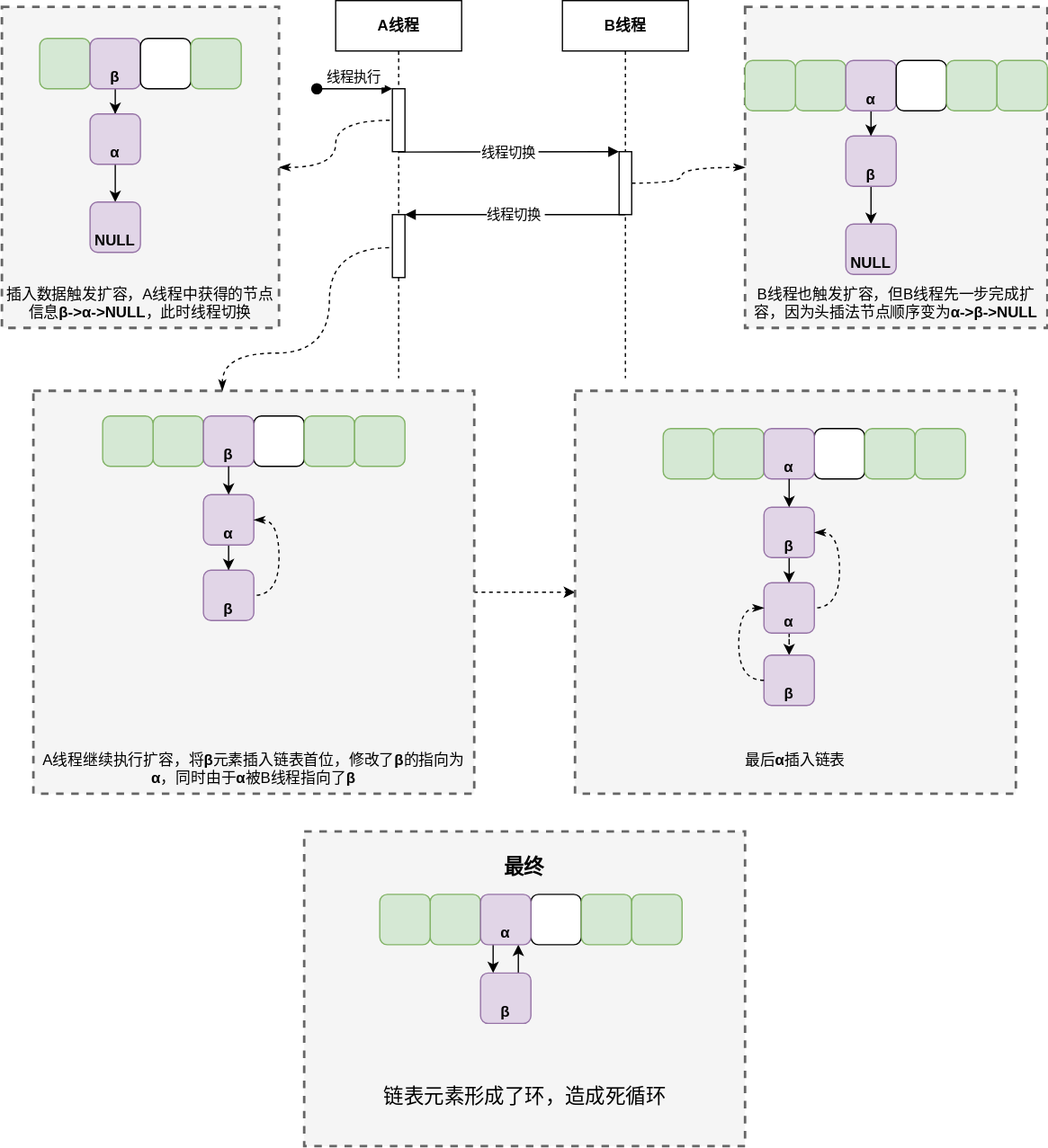
Earlier version of the draw.io export Java/Java基础/Java基础知识/HashMap头插法危害.drawio.svg (Developer-Tang/Knowledge-Notes). Source tidied: cells renumbered, new cells last; positions are measured from the earlier drawing's top-left corner, leaving out a move shared by most shapes.
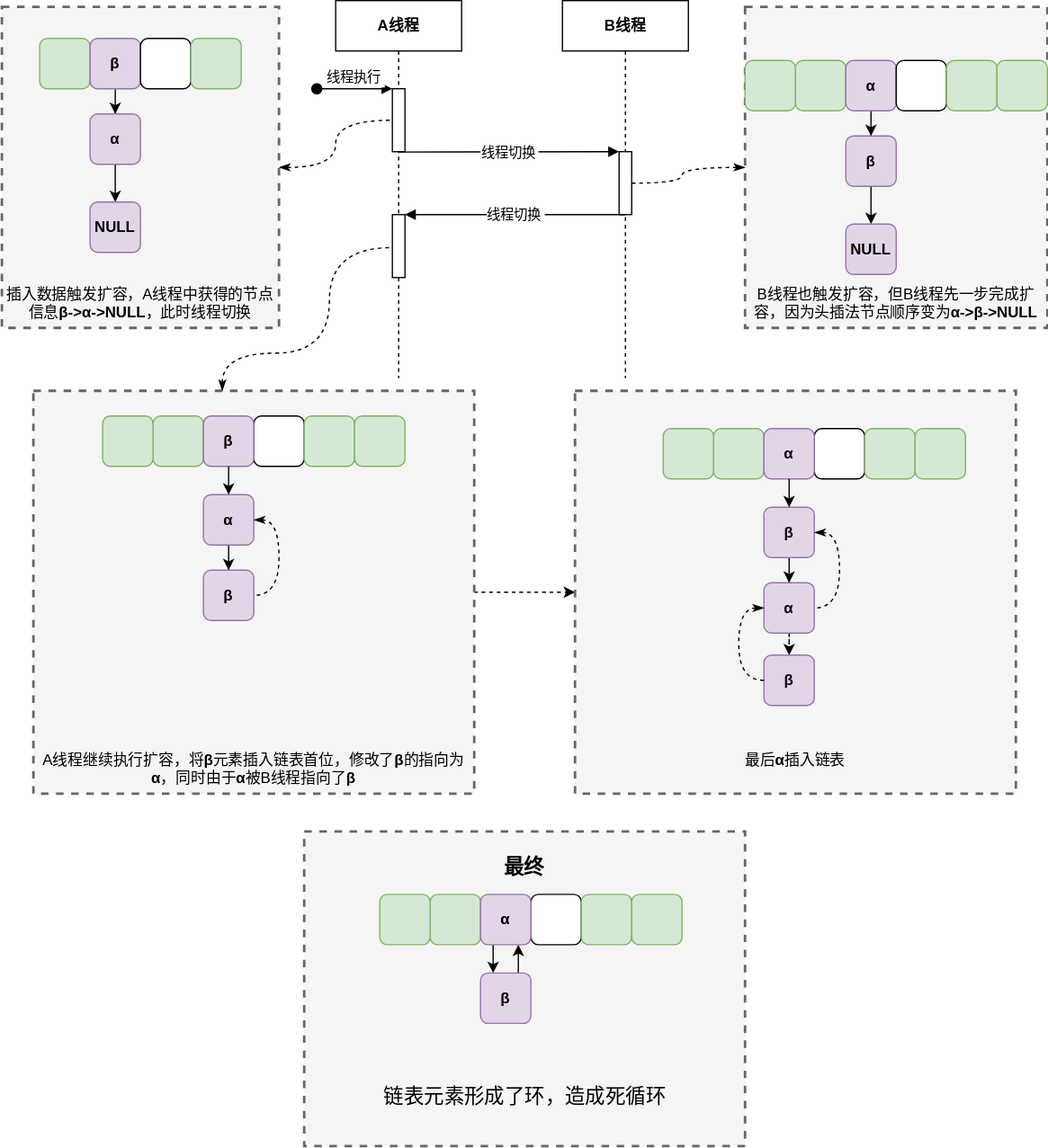
The same file after the commit.

Commit message:
fix: 修复制图过程中误操作造成的重影

Change to the diagram source:
```diff
@@ -40,7 +40,7 @@
     <mxCell id="13" style="edgeStyle=orthogonalEdgeStyle;rounded=0;jettySize=auto;html=1;spacingBottom=-40;labelPosition=center;verticalLabelPosition=top;align=center;verticalAlign=bottom;" parent="1" edge="1" source="14" target="18">
       <mxGeometry relative="1" as="geometry" />
     </mxCell>
-    <mxCell id="14" value="β" style="rounded=1;whiteSpace=wrap;html=1;fillColor=#e1d5e7;strokeColor=#9673a6;fontStyle=1;spacingBottom=-40;labelPosition=center;verticalLabelPosition=top;align=center;verticalAlign=bottom;" parent="1" vertex="1">
+    <mxCell id="14" value="β" style="rounded=1;whiteSpace=wrap;html=1;fillColor=#e1d5e7;strokeColor=#9673a6;fontStyle=1;spacingBottom=0;labelPosition=center;verticalLabelPosition=middle;align=center;verticalAlign=middle;" parent="1" vertex="1">
       <mxGeometry x="70" y="30" width="40" height="40" as="geometry" />
     </mxCell>
     <mxCell id="15" style="rounded=1;whiteSpace=wrap;html=1;spacingBottom=-40;labelPosition=center;verticalLabelPosition=top;align=center;verticalAlign=bottom;" parent="1" vertex="1">
@@ -52,10 +52,10 @@
     <mxCell id="17" style="edgeStyle=orthogonalEdgeStyle;curved=1;rounded=0;jettySize=auto;html=1;startArrow=none;startFill=0;endArrow=classic;endFill=1;spacingBottom=-40;labelPosition=center;verticalLabelPosition=top;align=center;verticalAlign=bottom;" parent="1" edge="1" source="18" target="19">
       <mxGeometry relative="1" as="geometry" />
     </mxCell>
-    <mxCell id="18" value="α" style="rounded=1;whiteSpace=wrap;html=1;fillColor=#e1d5e7;strokeColor=#9673a6;fontStyle=1;spacingBottom=-40;labelPosition=center;verticalLabelPosition=top;align=center;verticalAlign=bottom;" parent="1" vertex="1">
+    <mxCell id="18" value="α" style="rounded=1;whiteSpace=wrap;html=1;fillColor=#e1d5e7;strokeColor=#9673a6;fontStyle=1;spacingBottom=0;labelPosition=center;verticalLabelPosition=middle;align=center;verticalAlign=middle;" parent="1" vertex="1">
       <mxGeometry x="70" y="90" width="40" height="40" as="geometry" />
     </mxCell>
-    <mxCell id="19" value="NULL" style="rounded=1;whiteSpace=wrap;html=1;fillColor=#e1d5e7;strokeColor=#9673a6;fontStyle=1;spacingBottom=-40;labelPosition=center;verticalLabelPosition=top;align=center;verticalAlign=bottom;" parent="1" vertex="1">
+    <mxCell id="19" value="NULL" style="rounded=1;whiteSpace=wrap;html=1;fillColor=#e1d5e7;strokeColor=#9673a6;fontStyle=1;spacingBottom=0;labelPosition=center;verticalLabelPosition=middle;align=center;verticalAlign=middle;" parent="1" vertex="1">
       <mxGeometry x="70" y="160" width="40" height="40" as="geometry" />
     </mxCell>
     <mxCell id="20" value="&lt;span style=&quot;color: rgb(0 , 0 , 0)&quot;&gt;B线程也触发扩容，但B线程先一步完成扩容，因为头插法节点顺序变为&lt;/span&gt;&lt;b&gt;&lt;span style=&quot;color: rgb(0 , 0 , 0)&quot;&gt;α&lt;/span&gt;&lt;span style=&quot;color: rgb(0 , 0 , 0)&quot;&gt;-&amp;gt;&lt;/span&gt;&lt;span style=&quot;color: rgb(0 , 0 , 0)&quot;&gt;β&lt;/span&gt;&lt;/b&gt;&lt;span style=&quot;color: rgb(0 , 0 , 0)&quot;&gt;&lt;b&gt;-&amp;gt;NULL&lt;/b&gt;&lt;/span&gt;&lt;span style=&quot;color: rgb(0 , 0 , 0)&quot;&gt;&lt;br&gt;&lt;/span&gt;&lt;span style=&quot;color: rgb(0 , 0 , 0)&quot;&gt;&lt;br&gt;&lt;/span&gt;" style="whiteSpace=wrap;html=1;dashed=1;strokeWidth=2;fillColor=#f5f5f5;strokeColor=#666666;fontColor=#333333;labelPosition=center;verticalLabelPosition=bottom;align=center;verticalAlign=top;spacingTop=-40;spacingBottom=0;" parent="1" vertex="1">
@@ -67,7 +67,7 @@
     <mxCell id="22" style="edgeStyle=orthogonalEdgeStyle;rounded=0;jettySize=auto;html=1;spacingBottom=-40;labelPosition=center;verticalLabelPosition=top;align=center;verticalAlign=bottom;" parent="1" edge="1" source="23" target="27">
       <mxGeometry relative="1" as="geometry" />
     </mxCell>
-    <mxCell id="23" value="&lt;b style=&quot;color: rgb(51 , 51 , 51)&quot;&gt;&lt;span style=&quot;color: rgb(0 , 0 , 0)&quot;&gt;α&lt;/span&gt;&lt;/b&gt;" style="rounded=1;whiteSpace=wrap;html=1;fillColor=#e1d5e7;strokeColor=#9673a6;spacingBottom=-40;labelPosition=center;verticalLabelPosition=top;align=center;verticalAlign=bottom;" parent="1" vertex="1">
+    <mxCell id="23" value="&lt;b style=&quot;color: rgb(51 , 51 , 51)&quot;&gt;&lt;span style=&quot;color: rgb(0 , 0 , 0)&quot;&gt;α&lt;/span&gt;&lt;/b&gt;" style="rounded=1;whiteSpace=wrap;html=1;fillColor=#e1d5e7;strokeColor=#9673a6;spacingBottom=0;labelPosition=center;verticalLabelPosition=middle;align=center;verticalAlign=middle;" parent="1" vertex="1">
       <mxGeometry x="670" y="47.5" width="40" height="40" as="geometry" />
     </mxCell>
     <mxCell id="24" style="rounded=1;whiteSpace=wrap;html=1;spacingBottom=-40;labelPosition=center;verticalLabelPosition=top;align=center;verticalAlign=bottom;" parent="1" vertex="1">
@@ -79,10 +79,10 @@
     <mxCell id="26" style="edgeStyle=orthogonalEdgeStyle;curved=1;rounded=0;jettySize=auto;html=1;startArrow=none;startFill=0;endArrow=classic;endFill=1;spacingBottom=-40;labelPosition=center;verticalLabelPosition=top;align=center;verticalAlign=bottom;" parent="1" edge="1" source="27" target="28">
       <mxGeometry relative="1" as="geometry" />
     </mxCell>
-    <mxCell id="27" value="&lt;b style=&quot;color: rgb(51 , 51 , 51)&quot;&gt;&lt;span style=&quot;color: rgb(0 , 0 , 0)&quot;&gt;β&lt;/span&gt;&lt;/b&gt;" style="rounded=1;whiteSpace=wrap;html=1;fillColor=#e1d5e7;strokeColor=#9673a6;spacingBottom=-40;labelPosition=center;verticalLabelPosition=top;align=center;verticalAlign=bottom;" parent="1" vertex="1">
+    <mxCell id="27" value="&lt;b style=&quot;color: rgb(51 , 51 , 51)&quot;&gt;&lt;span style=&quot;color: rgb(0 , 0 , 0)&quot;&gt;β&lt;/span&gt;&lt;/b&gt;" style="rounded=1;whiteSpace=wrap;html=1;fillColor=#e1d5e7;strokeColor=#9673a6;spacingBottom=0;labelPosition=center;verticalLabelPosition=middle;align=center;verticalAlign=middle;" parent="1" vertex="1">
       <mxGeometry x="670" y="107.5" width="40" height="40" as="geometry" />
     </mxCell>
-    <mxCell id="28" value="&lt;b&gt;NULL&lt;/b&gt;" style="rounded=1;whiteSpace=wrap;html=1;fillColor=#e1d5e7;strokeColor=#9673a6;spacingBottom=-40;labelPosition=center;verticalLabelPosition=top;align=center;verticalAlign=bottom;" parent="1" vertex="1">
+    <mxCell id="28" value="&lt;b&gt;NULL&lt;/b&gt;" style="rounded=1;whiteSpace=wrap;html=1;fillColor=#e1d5e7;strokeColor=#9673a6;spacingBottom=0;labelPosition=center;verticalLabelPosition=middle;align=center;verticalAlign=middle;" parent="1" vertex="1">
       <mxGeometry x="670" y="177.5" width="40" height="40" as="geometry" />
     </mxCell>
     <mxCell id="29" style="rounded=1;whiteSpace=wrap;html=1;fillColor=#d5e8d4;strokeColor=#82b366;spacingBottom=-40;labelPosition=center;verticalLabelPosition=top;align=center;verticalAlign=bottom;" parent="1" vertex="1">
@@ -116,7 +116,7 @@
     <mxCell id="36" style="edgeStyle=orthogonalEdgeStyle;rounded=0;jettySize=auto;html=1;spacingBottom=-40;labelPosition=center;verticalLabelPosition=top;align=center;verticalAlign=bottom;" parent="1" edge="1" source="37" target="40">
       <mxGeometry relative="1" as="geometry" />
     </mxCell>
-    <mxCell id="37" value="&lt;span style=&quot;font-weight: 700&quot;&gt;α&lt;/span&gt;" style="rounded=1;whiteSpace=wrap;html=1;fillColor=#e1d5e7;strokeColor=#9673a6;spacingBottom=-40;labelPosition=center;verticalLabelPosition=top;align=center;verticalAlign=bottom;" parent="1" vertex="1">
+    <mxCell id="37" value="&lt;span style=&quot;font-weight: 700&quot;&gt;α&lt;/span&gt;" style="rounded=1;whiteSpace=wrap;html=1;fillColor=#e1d5e7;strokeColor=#9673a6;spacingBottom=0;labelPosition=center;verticalLabelPosition=middle;align=center;verticalAlign=middle;" parent="1" vertex="1">
       <mxGeometry x="160" y="392.5" width="40" height="40" as="geometry" />
     </mxCell>
     <mxCell id="38" style="rounded=1;whiteSpace=wrap;html=1;spacingBottom=-40;labelPosition=center;verticalLabelPosition=top;align=center;verticalAlign=bottom;" parent="1" vertex="1">
@@ -125,7 +125,7 @@
     <mxCell id="39" style="rounded=1;whiteSpace=wrap;html=1;fillColor=#d5e8d4;strokeColor=#82b366;spacingBottom=-40;labelPosition=center;verticalLabelPosition=top;align=center;verticalAlign=bottom;" parent="1" vertex="1">
       <mxGeometry x="240" y="330" width="40" height="40" as="geometry" />
     </mxCell>
-    <mxCell id="40" value="&lt;b style=&quot;color: rgb(51 , 51 , 51)&quot;&gt;&lt;span style=&quot;color: rgb(0 , 0 , 0)&quot;&gt;β&lt;/span&gt;&lt;/b&gt;" style="rounded=1;whiteSpace=wrap;html=1;fillColor=#e1d5e7;strokeColor=#9673a6;spacingBottom=-40;labelPosition=center;verticalLabelPosition=top;align=center;verticalAlign=bottom;" parent="1" vertex="1">
+    <mxCell id="40" value="&lt;b style=&quot;color: rgb(51 , 51 , 51)&quot;&gt;&lt;span style=&quot;color: rgb(0 , 0 , 0)&quot;&gt;β&lt;/span&gt;&lt;/b&gt;" style="rounded=1;whiteSpace=wrap;html=1;fillColor=#e1d5e7;strokeColor=#9673a6;spacingBottom=0;labelPosition=center;verticalLabelPosition=middle;align=center;verticalAlign=middle;" parent="1" vertex="1">
       <mxGeometry x="160" y="452.5" width="40" height="40" as="geometry" />
     </mxCell>
     <mxCell id="41" style="rounded=1;whiteSpace=wrap;html=1;fillColor=#d5e8d4;strokeColor=#82b366;spacingBottom=-40;labelPosition=center;verticalLabelPosition=top;align=center;verticalAlign=bottom;" parent="1" vertex="1">
@@ -134,7 +134,7 @@
     <mxCell id="42" style="rounded=1;whiteSpace=wrap;html=1;fillColor=#d5e8d4;strokeColor=#82b366;spacingBottom=-40;labelPosition=center;verticalLabelPosition=top;align=center;verticalAlign=bottom;" parent="1" vertex="1">
       <mxGeometry x="280" y="330" width="40" height="40" as="geometry" />
     </mxCell>
-    <mxCell id="43" value="&lt;b style=&quot;color: rgb(51 , 51 , 51)&quot;&gt;&lt;span style=&quot;color: rgb(0 , 0 , 0)&quot;&gt;β&lt;/span&gt;&lt;/b&gt;" style="rounded=1;whiteSpace=wrap;html=1;fillColor=#e1d5e7;strokeColor=#9673a6;spacingBottom=-40;labelPosition=center;verticalLabelPosition=top;align=center;verticalAlign=bottom;" parent="1" vertex="1">
+    <mxCell id="43" value="&lt;b style=&quot;color: rgb(51 , 51 , 51)&quot;&gt;&lt;span style=&quot;color: rgb(0 , 0 , 0)&quot;&gt;β&lt;/span&gt;&lt;/b&gt;" style="rounded=1;whiteSpace=wrap;html=1;fillColor=#e1d5e7;strokeColor=#9673a6;spacingBottom=0;labelPosition=center;verticalLabelPosition=middle;align=center;verticalAlign=middle;" parent="1" vertex="1">
       <mxGeometry x="160" y="330" width="40" height="40" as="geometry" />
     </mxCell>
     <mxCell id="44" style="edgeStyle=orthogonalEdgeStyle;rounded=0;jettySize=auto;html=1;spacingBottom=-40;labelPosition=center;verticalLabelPosition=top;align=center;verticalAlign=bottom;" parent="1" edge="1" source="43" target="37">
@@ -161,7 +161,7 @@
     <mxCell id="49" style="edgeStyle=orthogonalEdgeStyle;rounded=0;jettySize=auto;html=1;spacingBottom=-40;labelPosition=center;verticalLabelPosition=top;align=center;verticalAlign=bottom;" parent="1" edge="1" source="50" target="54">
       <mxGeometry relative="1" as="geometry" />
     </mxCell>
-    <mxCell id="50" value="&lt;b style=&quot;color: rgb(51 , 51 , 51)&quot;&gt;&lt;span style=&quot;color: rgb(0 , 0 , 0)&quot;&gt;β&lt;/span&gt;&lt;/b&gt;" style="rounded=1;whiteSpace=wrap;html=1;fillColor=#e1d5e7;strokeColor=#9673a6;spacingBottom=-40;labelPosition=center;verticalLabelPosition=top;align=center;verticalAlign=bottom;" parent="1" vertex="1">
+    <mxCell id="50" value="&lt;b style=&quot;color: rgb(51 , 51 , 51)&quot;&gt;&lt;span style=&quot;color: rgb(0 , 0 , 0)&quot;&gt;β&lt;/span&gt;&lt;/b&gt;" style="rounded=1;whiteSpace=wrap;html=1;fillColor=#e1d5e7;strokeColor=#9673a6;spacingBottom=0;labelPosition=center;verticalLabelPosition=middle;align=center;verticalAlign=middle;" parent="1" vertex="1">
       <mxGeometry x="605" y="402.5" width="40" height="40" as="geometry" />
     </mxCell>
     <mxCell id="51" style="rounded=1;whiteSpace=wrap;html=1;spacingBottom=-40;labelPosition=center;verticalLabelPosition=top;align=center;verticalAlign=bottom;" parent="1" vertex="1">
@@ -173,7 +173,7 @@
     <mxCell id="53" style="edgeStyle=orthogonalEdgeStyle;curved=1;rounded=0;jettySize=auto;html=1;dashed=1;startArrow=none;startFill=0;endArrow=classic;endFill=1;verticalAlign=bottom;spacingBottom=-40;labelPosition=center;verticalLabelPosition=top;align=center;" parent="1" edge="1" source="54" target="60">
       <mxGeometry relative="1" as="geometry" />
     </mxCell>
-    <mxCell id="54" value="&lt;span style=&quot;font-weight: 700&quot;&gt;α&lt;/span&gt;" style="rounded=1;whiteSpace=wrap;html=1;fillColor=#e1d5e7;strokeColor=#9673a6;spacingBottom=-40;labelPosition=center;verticalLabelPosition=top;align=center;verticalAlign=bottom;" parent="1" vertex="1">
+    <mxCell id="54" value="&lt;span style=&quot;font-weight: 700&quot;&gt;α&lt;/span&gt;" style="rounded=1;whiteSpace=wrap;html=1;fillColor=#e1d5e7;strokeColor=#9673a6;spacingBottom=0;labelPosition=center;verticalLabelPosition=middle;align=center;verticalAlign=middle;" parent="1" vertex="1">
       <mxGeometry x="605" y="462.5" width="40" height="40" as="geometry" />
     </mxCell>
     <mxCell id="55" style="rounded=1;whiteSpace=wrap;html=1;fillColor=#d5e8d4;strokeColor=#82b366;spacingBottom=-40;labelPosition=center;verticalLabelPosition=top;align=center;verticalAlign=bottom;" parent="1" vertex="1">
@@ -182,7 +182,7 @@
     <mxCell id="56" style="rounded=1;whiteSpace=wrap;html=1;fillColor=#d5e8d4;strokeColor=#82b366;spacingBottom=-40;labelPosition=center;verticalLabelPosition=top;align=center;verticalAlign=bottom;" parent="1" vertex="1">
       <mxGeometry x="725" y="340" width="40" height="40" as="geometry" />
     </mxCell>
-    <mxCell id="57" value="&lt;span style=&quot;font-weight: 700&quot;&gt;α&lt;/span&gt;" style="rounded=1;whiteSpace=wrap;html=1;fillColor=#e1d5e7;strokeColor=#9673a6;spacingBottom=-40;labelPosition=center;verticalLabelPosition=top;align=center;verticalAlign=bottom;" parent="1" vertex="1">
+    <mxCell id="57" value="&lt;span style=&quot;font-weight: 700&quot;&gt;α&lt;/span&gt;" style="rounded=1;whiteSpace=wrap;html=1;fillColor=#e1d5e7;strokeColor=#9673a6;spacingBottom=0;labelPosition=center;verticalLabelPosition=middle;align=center;verticalAlign=middle;" parent="1" vertex="1">
       <mxGeometry x="605" y="340" width="40" height="40" as="geometry" />
     </mxCell>
     <mxCell id="58" style="edgeStyle=orthogonalEdgeStyle;rounded=0;jettySize=auto;html=1;spacingBottom=-40;labelPosition=center;verticalLabelPosition=top;align=center;verticalAlign=bottom;" parent="1" edge="1" source="57" target="50">
@@ -191,7 +191,7 @@
     <mxCell id="59" style="edgeStyle=orthogonalEdgeStyle;curved=1;rounded=0;jettySize=auto;html=1;endArrow=none;endFill=0;startArrow=classicThin;startFill=1;dashed=1;exitX=1;exitY=0.5;exitDx=0;exitDy=0;entryX=1;entryY=0.5;entryDx=0;entryDy=0;spacingBottom=-40;labelPosition=center;verticalLabelPosition=top;align=center;verticalAlign=bottom;" parent="1" edge="1" source="50" target="54">
       <mxGeometry relative="1" as="geometry" />
     </mxCell>
-    <mxCell id="60" value="&lt;b style=&quot;color: rgb(51 , 51 , 51)&quot;&gt;&lt;span style=&quot;color: rgb(0 , 0 , 0)&quot;&gt;β&lt;/span&gt;&lt;/b&gt;" style="rounded=1;whiteSpace=wrap;html=1;fillColor=#e1d5e7;strokeColor=#9673a6;spacingBottom=-40;labelPosition=center;verticalLabelPosition=top;align=center;verticalAlign=bottom;" parent="1" vertex="1">
+    <mxCell id="60" value="&lt;b style=&quot;color: rgb(51 , 51 , 51)&quot;&gt;&lt;span style=&quot;color: rgb(0 , 0 , 0)&quot;&gt;β&lt;/span&gt;&lt;/b&gt;" style="rounded=1;whiteSpace=wrap;html=1;fillColor=#e1d5e7;strokeColor=#9673a6;spacingBottom=0;labelPosition=center;verticalLabelPosition=middle;align=center;verticalAlign=middle;" parent="1" vertex="1">
       <mxGeometry x="605" y="520" width="40" height="40" as="geometry" />
     </mxCell>
     <mxCell id="61" style="edgeStyle=orthogonalEdgeStyle;curved=1;rounded=0;jettySize=auto;html=1;endArrow=none;endFill=0;startArrow=classicThin;startFill=1;dashed=1;exitX=0;exitY=0.5;exitDx=0;exitDy=0;entryX=0;entryY=0.5;entryDx=0;entryDy=0;spacingBottom=-40;labelPosition=center;verticalLabelPosition=top;align=center;verticalAlign=bottom;" parent="1" edge="1" source="54" target="60">
@@ -203,7 +203,7 @@
     <mxCell id="63" style="edgeStyle=orthogonalEdgeStyle;curved=1;rounded=0;jettySize=auto;html=1;exitX=0.75;exitY=0;exitDx=0;exitDy=0;entryX=0.75;entryY=1;entryDx=0;entryDy=0;fontSize=16;startArrow=none;startFill=0;endArrow=classic;endFill=1;verticalAlign=middle;" parent="1" edge="1" source="64" target="70">
       <mxGeometry relative="1" as="geometry" />
     </mxCell>
-    <mxCell id="64" value="&lt;b style=&quot;color: rgb(51 , 51 , 51)&quot;&gt;&lt;span style=&quot;color: rgb(0 , 0 , 0)&quot;&gt;β&lt;/span&gt;&lt;/b&gt;" style="rounded=1;whiteSpace=wrap;html=1;fillColor=#e1d5e7;strokeColor=#9673a6;spacingBottom=-40;labelPosition=center;verticalLabelPosition=top;align=center;verticalAlign=bottom;" parent="1" vertex="1">
+    <mxCell id="64" value="&lt;b style=&quot;color: rgb(51 , 51 , 51)&quot;&gt;&lt;span style=&quot;color: rgb(0 , 0 , 0)&quot;&gt;β&lt;/span&gt;&lt;/b&gt;" style="rounded=1;whiteSpace=wrap;html=1;fillColor=#e1d5e7;strokeColor=#9673a6;spacingBottom=0;labelPosition=center;verticalLabelPosition=middle;align=center;verticalAlign=middle;" parent="1" vertex="1">
       <mxGeometry x="380" y="772.5" width="40" height="40" as="geometry" />
     </mxCell>
     <mxCell id="65" style="rounded=1;whiteSpace=wrap;html=1;spacingBottom=-40;labelPosition=center;verticalLabelPosition=top;align=center;verticalAlign=bottom;" parent="1" vertex="1">
@@ -221,7 +221,7 @@
     <mxCell id="69" style="edgeStyle=orthogonalEdgeStyle;curved=1;rounded=0;jettySize=auto;html=1;exitX=0.25;exitY=1;exitDx=0;exitDy=0;entryX=0.25;entryY=0;entryDx=0;entryDy=0;fontSize=16;startArrow=none;startFill=0;endArrow=classic;endFill=1;verticalAlign=middle;" parent="1" edge="1" source="70" target="64">
       <mxGeometry relative="1" as="geometry" />
     </mxCell>
-    <mxCell id="70" value="&lt;span style=&quot;font-weight: 700&quot;&gt;α&lt;/span&gt;" style="rounded=1;whiteSpace=wrap;html=1;fillColor=#e1d5e7;strokeColor=#9673a6;spacingBottom=-40;labelPosition=center;verticalLabelPosition=top;align=center;verticalAlign=bottom;" parent="1" vertex="1">
+    <mxCell id="70" value="&lt;span style=&quot;font-weight: 700&quot;&gt;α&lt;/span&gt;" style="rounded=1;whiteSpace=wrap;html=1;fillColor=#e1d5e7;strokeColor=#9673a6;spacingBottom=0;labelPosition=center;verticalLabelPosition=middle;align=center;verticalAlign=middle;" parent="1" vertex="1">
       <mxGeometry x="380" y="710" width="40" height="40" as="geometry" />
     </mxCell>
     <mxCell id="71" value="链表元素形成了环，造成死循环" style="text;html=1;align=center;verticalAlign=middle;strokeColor=none;fillColor=none;fontSize=16;" parent="1" vertex="1">
```
